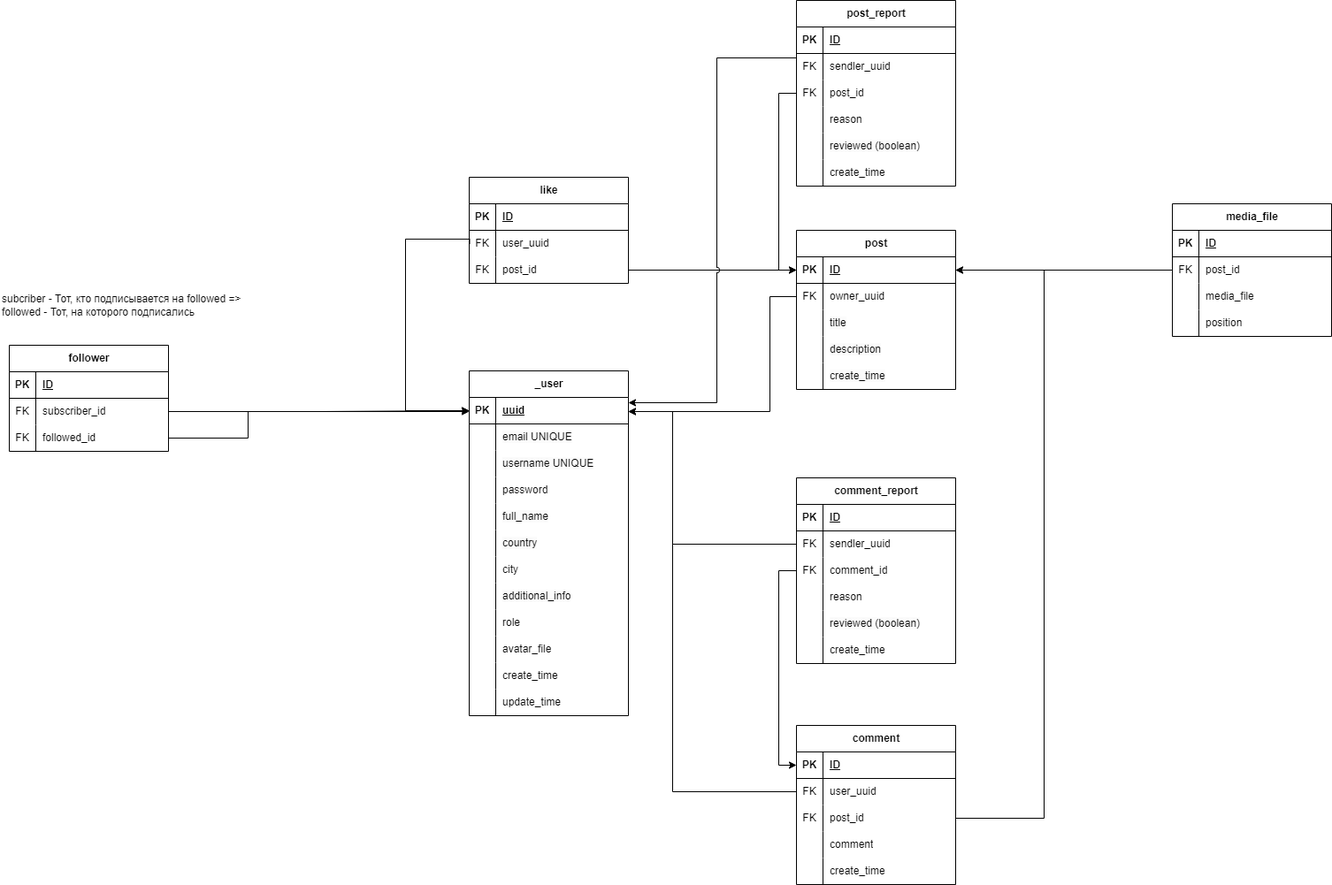
The draw.io diagram Diagrams/Физическая модель базы данных (Physical database model)/Физическая модель данных.png in rafigJ/artfolio-web-app, before a commit. Source tidied: cells renumbered, new cells last; positions are measured from the earlier drawing's top-left corner, leaving out a move shared by most shapes.
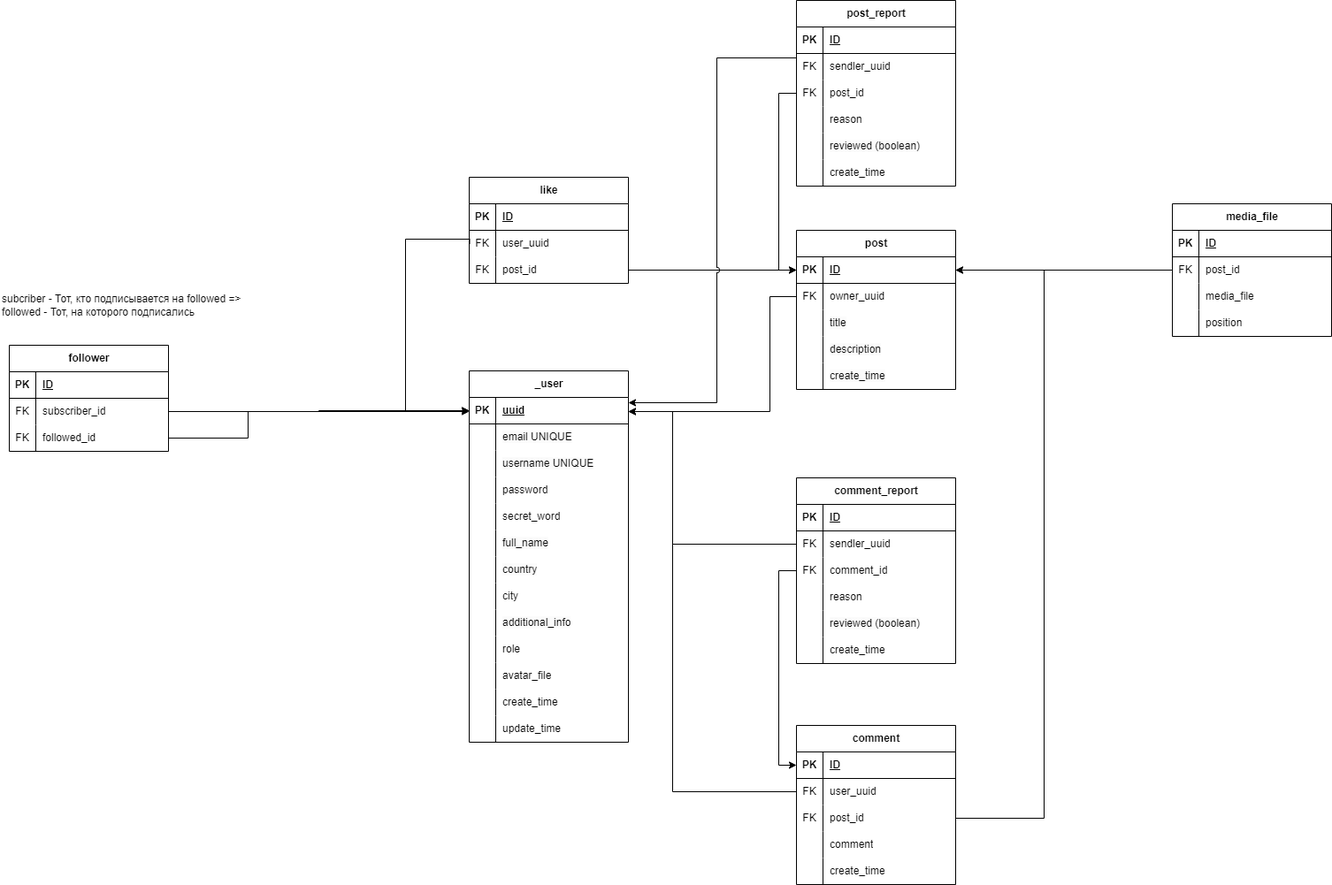
After the commit.

Commit message:
docs: update physical and er diagrams

Diff of the diagram source:
```diff
@@ -51,7 +51,7 @@
       <mxGeometry x="30" width="150" height="30" as="geometry" />
     </mxCell>
     <mxCell id="18" value="_user" style="shape=table;startSize=30;rowLines=0;fontStyle=1;align=center;html=1;" parent="1" vertex="1">
-      <mxGeometry x="530" y="419" width="180" height="390" as="geometry" />
+      <mxGeometry x="530" y="419" width="180" height="420" as="geometry" />
     </mxCell>
     <mxCell id="19" style="shape=tableRow;horizontal=0;startSize=0;swimlaneHead=0;swimlaneBody=0;fillColor=none;points=[[0,0.5],[1,0.5]];portConstraint=eastwest;top=0;left=0;right=0;bottom=1;" parent="18" vertex="1">
       <mxGeometry y="30" width="180" height="30" as="geometry" />
@@ -89,8 +89,17 @@
     <mxCell id="30" value="password" style="shape=partialRectangle;fillColor=none;top=0;left=0;bottom=0;right=0;align=left;spacingLeft=6;overflow=hidden;whiteSpace=wrap;html=1;" parent="28" vertex="1">
       <mxGeometry x="30" width="150" height="30" as="geometry" />
     </mxCell>
+    <mxCell id="155" style="shape=tableRow;horizontal=0;startSize=0;swimlaneHead=0;swimlaneBody=0;fillColor=none;top=0;left=0;right=0;bottom=0;" parent="18" vertex="1">
+      <mxGeometry y="150" width="180" height="30" as="geometry" />
+    </mxCell>
+    <mxCell id="156" style="shape=partialRectangle;fillColor=none;top=0;left=0;bottom=0;right=0;overflow=hidden;whiteSpace=wrap;html=1;" parent="155" vertex="1">
+      <mxGeometry width="30" height="30" as="geometry" />
+    </mxCell>
+    <mxCell id="157" value="secret_word" style="shape=partialRectangle;fillColor=none;top=0;left=0;bottom=0;right=0;align=left;spacingLeft=6;overflow=hidden;whiteSpace=wrap;html=1;" parent="155" vertex="1">
+      <mxGeometry x="30" width="150" height="30" as="geometry" />
+    </mxCell>
     <mxCell id="31" style="shape=tableRow;horizontal=0;startSize=0;swimlaneHead=0;swimlaneBody=0;fillColor=none;top=0;left=0;right=0;bottom=0;" parent="18" vertex="1">
-      <mxGeometry y="150" width="180" height="30" as="geometry" />
+      <mxGeometry y="180" width="180" height="30" as="geometry" />
     </mxCell>
     <mxCell id="32" style="shape=partialRectangle;fillColor=none;top=0;left=0;bottom=0;right=0;overflow=hidden;whiteSpace=wrap;html=1;" parent="31" vertex="1">
       <mxGeometry width="30" height="30" as="geometry" />
@@ -99,7 +108,7 @@
       <mxGeometry x="30" width="150" height="30" as="geometry" />
     </mxCell>
     <mxCell id="34" style="shape=tableRow;horizontal=0;startSize=0;swimlaneHead=0;swimlaneBody=0;fillColor=none;top=0;left=0;right=0;bottom=0;" parent="18" vertex="1">
-      <mxGeometry y="180" width="180" height="30" as="geometry" />
+      <mxGeometry y="210" width="180" height="30" as="geometry" />
     </mxCell>
     <mxCell id="35" style="shape=partialRectangle;fillColor=none;top=0;left=0;bottom=0;right=0;overflow=hidden;whiteSpace=wrap;html=1;" parent="34" vertex="1">
       <mxGeometry width="30" height="30" as="geometry" />
@@ -108,7 +117,7 @@
       <mxGeometry x="30" width="150" height="30" as="geometry" />
     </mxCell>
     <mxCell id="37" style="shape=tableRow;horizontal=0;startSize=0;swimlaneHead=0;swimlaneBody=0;fillColor=none;top=0;left=0;right=0;bottom=0;" parent="18" vertex="1">
-      <mxGeometry y="210" width="180" height="30" as="geometry" />
+      <mxGeometry y="240" width="180" height="30" as="geometry" />
     </mxCell>
     <mxCell id="38" style="shape=partialRectangle;fillColor=none;top=0;left=0;bottom=0;right=0;overflow=hidden;whiteSpace=wrap;html=1;" parent="37" vertex="1">
       <mxGeometry width="30" height="30" as="geometry" />
@@ -117,7 +126,7 @@
       <mxGeometry x="30" width="150" height="30" as="geometry" />
     </mxCell>
     <mxCell id="40" style="shape=tableRow;horizontal=0;startSize=0;swimlaneHead=0;swimlaneBody=0;fillColor=none;top=0;left=0;right=0;bottom=0;" parent="18" vertex="1">
-      <mxGeometry y="240" width="180" height="30" as="geometry" />
+      <mxGeometry y="270" width="180" height="30" as="geometry" />
     </mxCell>
     <mxCell id="41" style="shape=partialRectangle;fillColor=none;top=0;left=0;bottom=0;right=0;overflow=hidden;whiteSpace=wrap;html=1;" parent="40" vertex="1">
       <mxGeometry width="30" height="30" as="geometry" />
@@ -126,7 +135,7 @@
       <mxGeometry x="30" width="150" height="30" as="geometry" />
     </mxCell>
     <mxCell id="43" style="shape=tableRow;horizontal=0;startSize=0;swimlaneHead=0;swimlaneBody=0;fillColor=none;top=0;left=0;right=0;bottom=0;" parent="18" vertex="1">
-      <mxGeometry y="270" width="180" height="30" as="geometry" />
+      <mxGeometry y="300" width="180" height="30" as="geometry" />
     </mxCell>
     <mxCell id="44" style="shape=partialRectangle;fillColor=none;top=0;left=0;bottom=0;right=0;overflow=hidden;whiteSpace=wrap;html=1;" parent="43" vertex="1">
       <mxGeometry width="30" height="30" as="geometry" />
@@ -135,7 +144,7 @@
       <mxGeometry x="30" width="150" height="30" as="geometry" />
     </mxCell>
     <mxCell id="46" style="shape=tableRow;horizontal=0;startSize=0;swimlaneHead=0;swimlaneBody=0;fillColor=none;top=0;left=0;right=0;bottom=0;" parent="18" vertex="1">
-      <mxGeometry y="300" width="180" height="30" as="geometry" />
+      <mxGeometry y="330" width="180" height="30" as="geometry" />
     </mxCell>
     <mxCell id="47" style="shape=partialRectangle;fillColor=none;top=0;left=0;bottom=0;right=0;overflow=hidden;whiteSpace=wrap;html=1;" parent="46" vertex="1">
       <mxGeometry width="30" height="30" as="geometry" />
@@ -144,7 +153,7 @@
       <mxGeometry x="30" width="150" height="30" as="geometry" />
     </mxCell>
     <mxCell id="49" style="shape=tableRow;horizontal=0;startSize=0;swimlaneHead=0;swimlaneBody=0;fillColor=none;top=0;left=0;right=0;bottom=0;" parent="18" vertex="1">
-      <mxGeometry y="330" width="180" height="30" as="geometry" />
+      <mxGeometry y="360" width="180" height="30" as="geometry" />
     </mxCell>
     <mxCell id="50" style="shape=partialRectangle;fillColor=none;top=0;left=0;bottom=0;right=0;overflow=hidden;whiteSpace=wrap;html=1;" parent="49" vertex="1">
       <mxGeometry width="30" height="30" as="geometry" />
@@ -153,7 +162,7 @@
       <mxGeometry x="30" width="150" height="30" as="geometry" />
     </mxCell>
     <mxCell id="52" style="shape=tableRow;horizontal=0;startSize=0;swimlaneHead=0;swimlaneBody=0;fillColor=none;top=0;left=0;right=0;bottom=0;" parent="18" vertex="1">
-      <mxGeometry y="360" width="180" height="30" as="geometry" />
+      <mxGeometry y="390" width="180" height="30" as="geometry" />
     </mxCell>
     <mxCell id="53" style="shape=partialRectangle;fillColor=none;top=0;left=0;bottom=0;right=0;overflow=hidden;whiteSpace=wrap;html=1;" parent="52" vertex="1">
       <mxGeometry width="30" height="30" as="geometry" />
```
